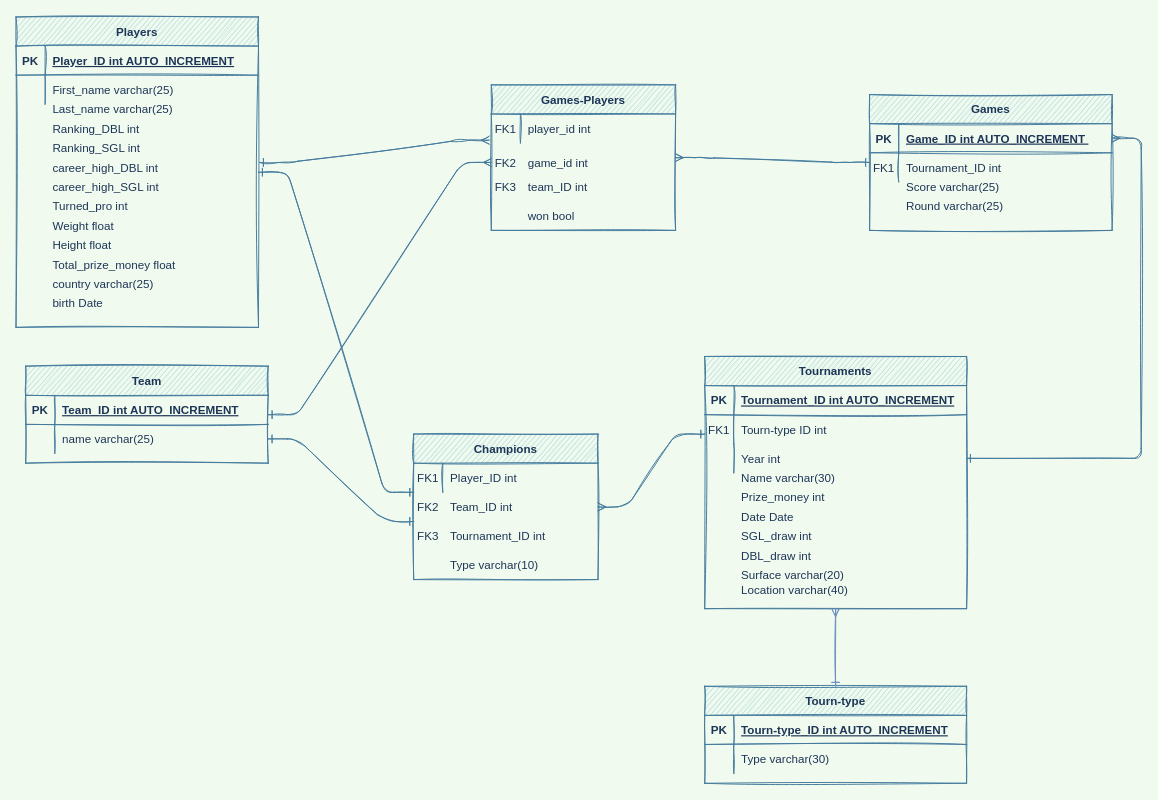
Before: erd.drawio in talbaram3192/web_scraping_project, a draw.io diagram. Source tidied: cells renumbered, new cells numbered last; positions are measured from the earlier drawing's top-left corner, leaving out a move shared by most shapes. Both pictures are drawn from the tidied source at 97%, with x=0, y=0 at pixel (16, 16).
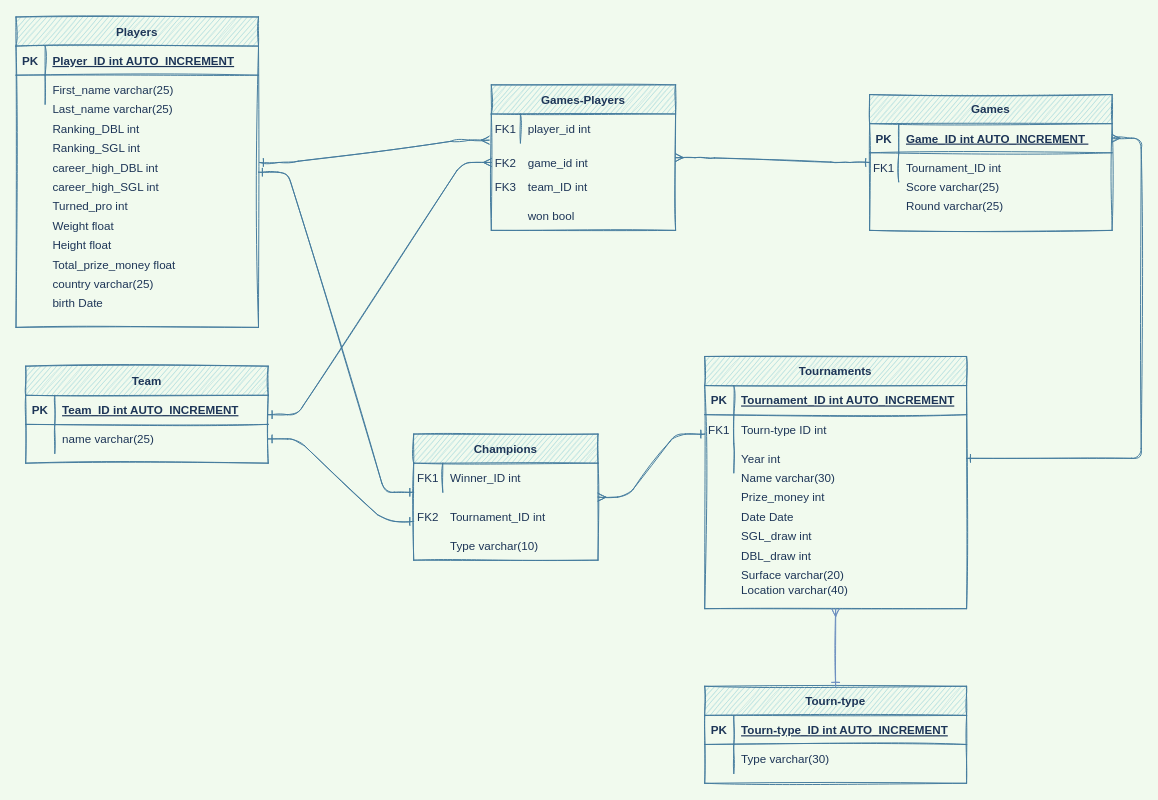
Above is the later version.

Unchanged cells that the change refers to:
```xml
<mxCell id="66" style="shape=partialRectangle;fillColor=none;top=0;left=0;right=0;bottom=0;sketch=1;strokeColor=#457B9D;fontColor=#1D3557;" parent="65" vertex="1">
  <mxGeometry y="30" width="190" height="30" as="geometry" />
</mxCell>
```

The edit, as a diff of the source:
```diff
@@
     <mxCell id="65" value="Champions" style="shape=table;startSize=30;childLayout=tableLayout;rowLines=0;fontStyle=1;align=center;sketch=1;fillColor=#A8DADC;strokeColor=#457B9D;fontColor=#1D3557;" parent="1" vertex="1">
-      <mxGeometry x="410" y="430" width="190" height="150" as="geometry" />
+      <mxGeometry x="410" y="430" width="190" height="130" as="geometry" />
     </mxCell>
@@
-    <mxCell id="68" value="Player_ID int" style="shape=partialRectangle;overflow=hidden;fillColor=none;top=0;left=0;bottom=0;right=0;align=left;spacingLeft=6;sketch=1;strokeColor=#457B9D;fontColor=#1D3557;" parent="66" vertex="1">
+    <mxCell id="68" value="Winner_ID int" style="shape=partialRectangle;overflow=hidden;fillColor=none;top=0;left=0;bottom=0;right=0;align=left;spacingLeft=6;sketch=1;strokeColor=#457B9D;fontColor=#1D3557;" parent="66" vertex="1">
       <mxGeometry x="30" width="160" height="30" as="geometry" />
     </mxCell>
@@
-    <mxCell id="70" value="FK2" style="shape=partialRectangle;overflow=hidden;fillColor=none;top=0;left=0;bottom=0;right=0;sketch=1;strokeColor=#457B9D;fontColor=#1D3557;" parent="1" vertex="1">
-      <mxGeometry x="410" y="490" width="30" height="30" as="geometry" />
-    </mxCell>
@@
     <mxCell id="73" value="Tournament_ID int" style="shape=partialRectangle;overflow=hidden;fillColor=none;top=0;left=0;bottom=0;right=0;align=left;spacingLeft=6;sketch=1;strokeColor=#457B9D;fontColor=#1D3557;" parent="1" vertex="1">
-      <mxGeometry x="440" y="520" width="160" height="30" as="geometry" />
+      <mxGeometry x="440" y="500" width="160" height="30" as="geometry" />
     </mxCell>
     <mxCell id="74" value="Type varchar(10)" style="shape=partialRectangle;overflow=hidden;fillColor=none;top=0;left=0;bottom=0;right=0;align=left;spacingLeft=6;sketch=1;strokeColor=#457B9D;fontColor=#1D3557;" parent="1" vertex="1">
-      <mxGeometry x="440" y="550" width="160" height="30" as="geometry" />
+      <mxGeometry x="440" y="530" width="160" height="30" as="geometry" />
     </mxCell>
@@
-    <mxCell id="87" value="Team_ID int" style="shape=partialRectangle;overflow=hidden;fillColor=none;top=0;left=0;bottom=0;right=0;align=left;spacingLeft=6;sketch=1;strokeColor=#457B9D;fontColor=#1D3557;" parent="1" vertex="1">
-      <mxGeometry x="440" y="490" width="160" height="30" as="geometry" />
-    </mxCell>
-    <mxCell id="88" value="FK3" style="shape=partialRectangle;overflow=hidden;fillColor=none;top=0;left=0;bottom=0;right=0;sketch=1;strokeColor=#457B9D;fontColor=#1D3557;" parent="1" vertex="1">
-      <mxGeometry x="410" y="520" width="30" height="30" as="geometry" />
+    <mxCell id="88" value="FK2" style="shape=partialRectangle;overflow=hidden;fillColor=none;top=0;left=0;bottom=0;right=0;sketch=1;strokeColor=#457B9D;fontColor=#1D3557;" parent="1" vertex="1">
+      <mxGeometry x="410" y="500" width="30" height="30" as="geometry" />
     </mxCell>
```
